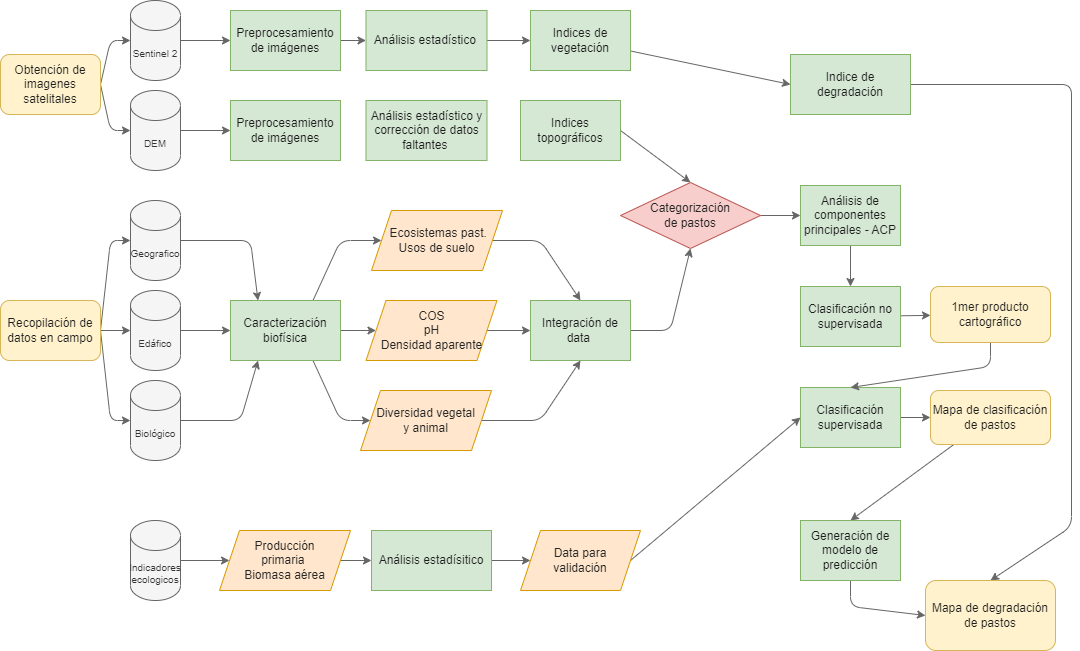
This is Metodologia2.drawio.png from labsaf/COS-HUARI, a draw.io export, as it was before one commit. Source tidied: cells renumbered, new cells last; positions are measured from the earlier drawing's top-left corner, leaving out a move shared by most shapes.
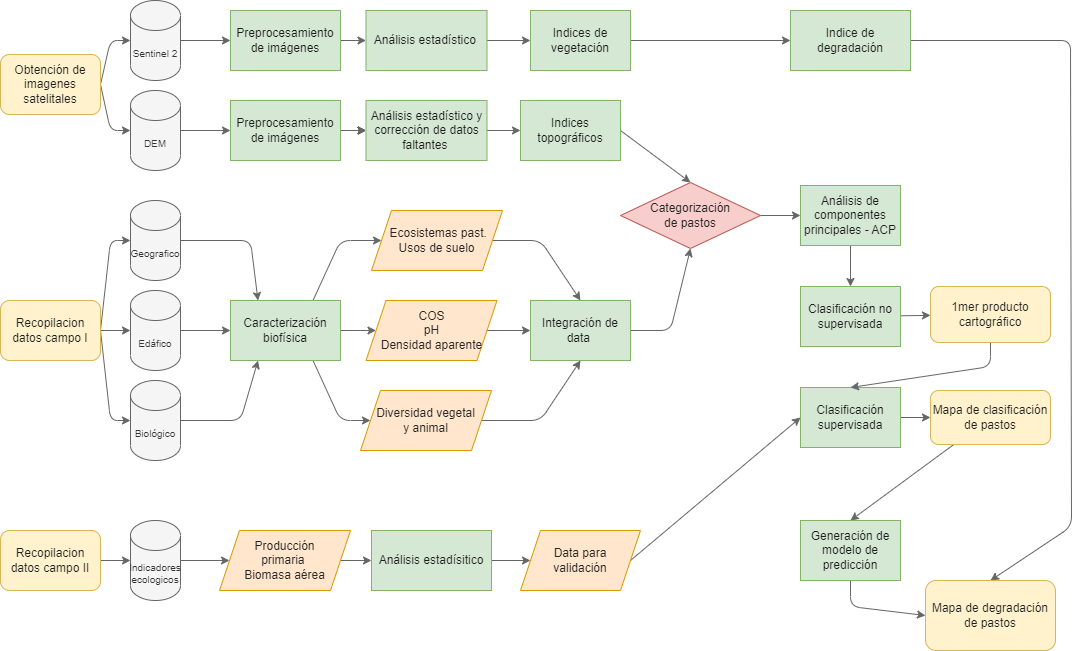
Later version of the same file.

The edit, as a diff of the source:
```diff
@@ -36,7 +36,7 @@
     <mxCell id="7" style="edgeStyle=none;html=1;fontSize=12;labelBorderColor=default;fillColor=#f5f5f5;strokeColor=#666666;" parent="1" edge="1" source="8" target="12">
       <mxGeometry relative="1" as="geometry" />
     </mxCell>
-    <mxCell id="8" value="Recopilación de datos en campo" style="rounded=1;whiteSpace=wrap;html=1;fillColor=#fff2cc;strokeColor=#d6b656;fontColor=#1F1F1F;" parent="1" vertex="1">
+    <mxCell id="8" value="Recopilacion datos campo I" style="rounded=1;whiteSpace=wrap;html=1;fillColor=#fff2cc;strokeColor=#d6b656;fontColor=#1F1F1F;" parent="1" vertex="1">
       <mxGeometry y="300" width="100" height="60" as="geometry" />
     </mxCell>
     <mxCell id="9" style="edgeStyle=none;html=1;entryX=0.25;entryY=0;entryDx=0;entryDy=0;labelBorderColor=default;fillColor=#f5f5f5;strokeColor=#666666;" parent="1" edge="1" source="10" target="41">
@@ -223,16 +223,16 @@
     <mxCell id="57" value="Mapa de clasificación de pastos" style="rounded=1;whiteSpace=wrap;html=1;fontSize=12;fillColor=#fff2cc;strokeColor=#d6b656;fontColor=#1F1F1F;" parent="1" vertex="1">
       <mxGeometry x="930" y="390" width="120" height="54" as="geometry" />
     </mxCell>
-    <mxCell id="58" style="edgeStyle=none;html=1;entryX=0.5;entryY=0;entryDx=0;entryDy=0;fontSize=12;labelBorderColor=default;fillColor=#f5f5f5;strokeColor=#666666;" parent="1" edge="1" source="59" target="62">
+    <mxCell id="58" style="edgeStyle=none;html=1;entryX=0.5;entryY=0;entryDx=0;entryDy=0;fontSize=12;labelBorderColor=default;fillColor=#f5f5f5;strokeColor=#666666;exitX=1;exitY=0.5;exitDx=0;exitDy=0;" parent="1" edge="1" source="59" target="62">
       <mxGeometry relative="1" as="geometry">
         <Array as="points">
-          <mxPoint x="1071" y="84" />
+          <mxPoint x="1070" y="40" />
           <mxPoint x="1071" y="526" />
         </Array>
       </mxGeometry>
     </mxCell>
     <mxCell id="59" value="Indice de degradación" style="rounded=0;whiteSpace=wrap;html=1;fontSize=12;fillColor=#d5e8d4;strokeColor=#82b366;fontColor=#1C1C1C;" parent="1" vertex="1">
-      <mxGeometry x="790" y="54" width="120" height="60" as="geometry" />
+      <mxGeometry x="790" y="10" width="120" height="60" as="geometry" />
     </mxCell>
     <mxCell id="60" style="edgeStyle=none;html=1;exitX=0.5;exitY=1;exitDx=0;exitDy=0;entryX=0;entryY=0.5;entryDx=0;entryDy=0;fontSize=12;labelBorderColor=default;fillColor=#f5f5f5;strokeColor=#666666;" parent="1" edge="1" source="61" target="62">
       <mxGeometry relative="1" as="geometry">
@@ -247,14 +247,29 @@
     <mxCell id="62" value="Mapa de degradación de pastos" style="rounded=1;whiteSpace=wrap;html=1;fontSize=12;fillColor=#fff2cc;strokeColor=#d6b656;fontColor=#1F1F1F;" parent="1" vertex="1">
       <mxGeometry x="925" y="580" width="130" height="70" as="geometry" />
     </mxCell>
+    <mxCell id="66" style="edgeStyle=none;html=1;" parent="1" edge="1" source="63" target="64">
+      <mxGeometry relative="1" as="geometry" />
+    </mxCell>
+    <mxCell id="67" style="edgeStyle=none;html=1;strokeColor=#666666;hachureGap=4;fontSource=https%3A%2F%2Ffonts.googleapis.com%2Fcss%3Ffamily%3DArchitects%2BDaughter;labelBorderColor=default;fillColor=#f5f5f5;" parent="1" edge="1" source="63" target="64">
+      <mxGeometry relative="1" as="geometry" />
+    </mxCell>
     <mxCell id="63" value="Preprocesamiento de imágenes" style="rounded=0;whiteSpace=wrap;html=1;fillColor=#d5e8d4;strokeColor=#82b366;fontColor=#1C1C1C;" parent="1" vertex="1">
       <mxGeometry x="230" y="100" width="110" height="60" as="geometry" />
     </mxCell>
+    <mxCell id="68" style="edgeStyle=none;html=1;strokeColor=#666666;hachureGap=4;fontSource=https%3A%2F%2Ffonts.googleapis.com%2Fcss%3Ffamily%3DArchitects%2BDaughter;labelBorderColor=default;fillColor=#f5f5f5;" parent="1" edge="1" source="64" target="65">
+      <mxGeometry relative="1" as="geometry" />
+    </mxCell>
     <mxCell id="64" value="Análisis estadístico y corrección de datos faltantes&amp;nbsp;" style="rounded=0;whiteSpace=wrap;html=1;fillColor=#d5e8d4;strokeColor=#82b366;fontColor=#1C1C1C;" parent="1" vertex="1">
       <mxGeometry x="365.5" y="100" width="121" height="60" as="geometry" />
     </mxCell>
     <mxCell id="65" value="Indices topográficos" style="rounded=0;whiteSpace=wrap;html=1;fontSize=12;fillColor=#d5e8d4;strokeColor=#82b366;fontColor=#1C1C1C;" parent="1" vertex="1">
       <mxGeometry x="520" y="100" width="100" height="60" as="geometry" />
     </mxCell>
+    <mxCell id="69" style="edgeStyle=none;html=1;entryX=0;entryY=0.5;entryDx=0;entryDy=0;entryPerimeter=0;strokeColor=#666666;labelBorderColor=default;fillColor=#f5f5f5;" parent="1" edge="1" source="70" target="22">
+      <mxGeometry relative="1" as="geometry" />
+    </mxCell>
+    <mxCell id="70" value="Recopilacion datos campo II" style="rounded=1;whiteSpace=wrap;html=1;fillColor=#fff2cc;strokeColor=#d6b656;fontColor=#1F1F1F;" parent="1" vertex="1">
+      <mxGeometry y="530" width="100" height="60" as="geometry" />
+    </mxCell>
   </root>
 </mxGraphModel>
```
